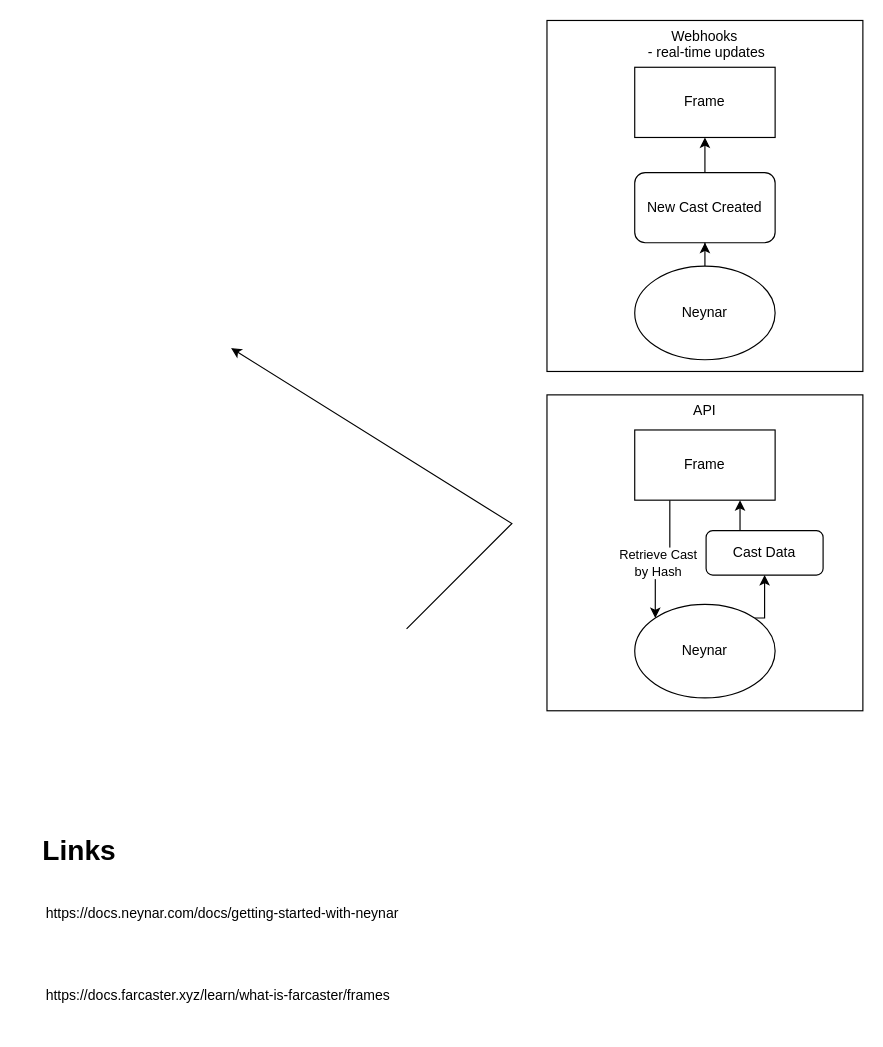
The draw.io diagram farcaster-frames.drawio in hollygrimm/hg-diagrams, before the edit. Source tidied: cells renumbered, new cells numbered last; positions are measured from the earlier drawing's top-left corner, leaving out a move shared by most shapes. Both pictures are drawn from the tidied source at 117%, with x=0, y=0 at pixel (20, 20).
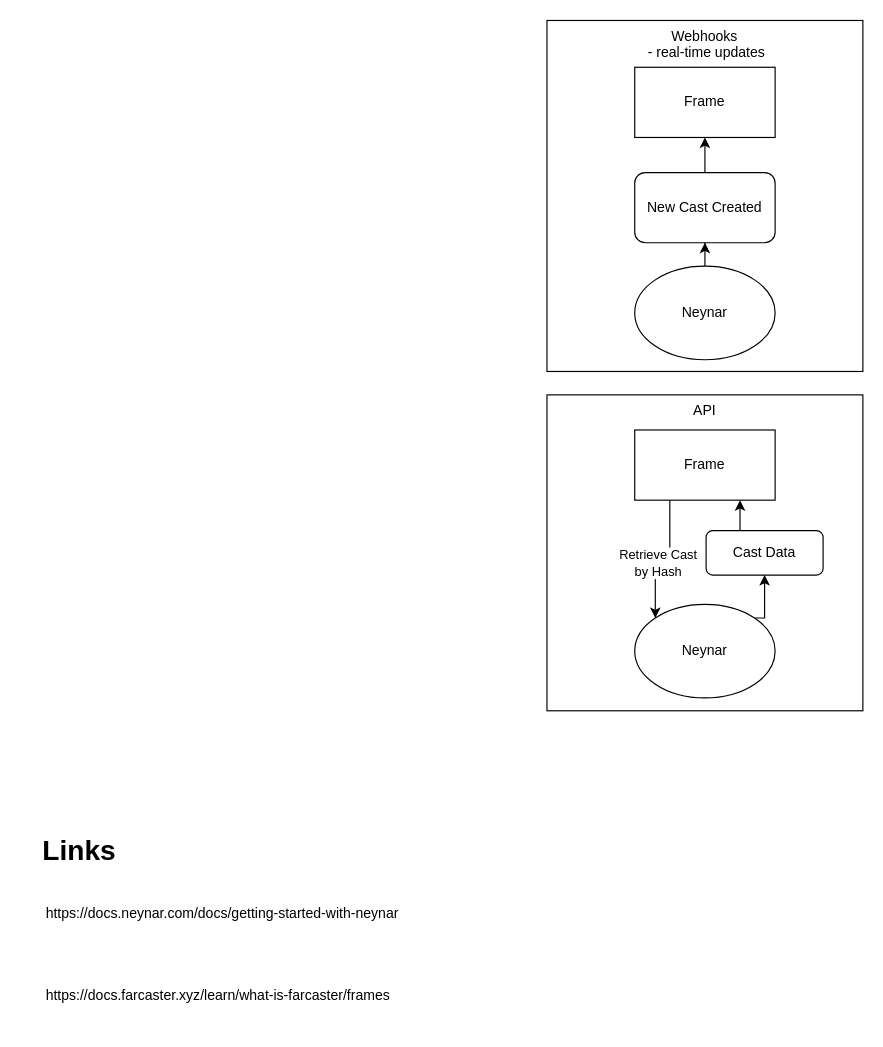
Above is the later version.

The edit, as a diff of the source:
```diff
@@
-    <mxCell id="5" style="endArrow=classic;html=1;rounded=0;exitX=1;exitY=0.3333333333333333;exitDx=0;exitDy=0;exitPerimeter=0;entryX=0.5;entryY=1;entryDx=0;entryDy=0;" parent="1" edge="1">
-      <mxGeometry relative="1" as="geometry">
-        <mxPoint x="330" y="520" as="sourcePoint" />
-        <mxPoint x="180" y="280" as="targetPoint" />
-        <Array as="points">
-          <mxPoint x="420" y="430" />
-        </Array>
-      </mxGeometry>
-    </mxCell>
```
